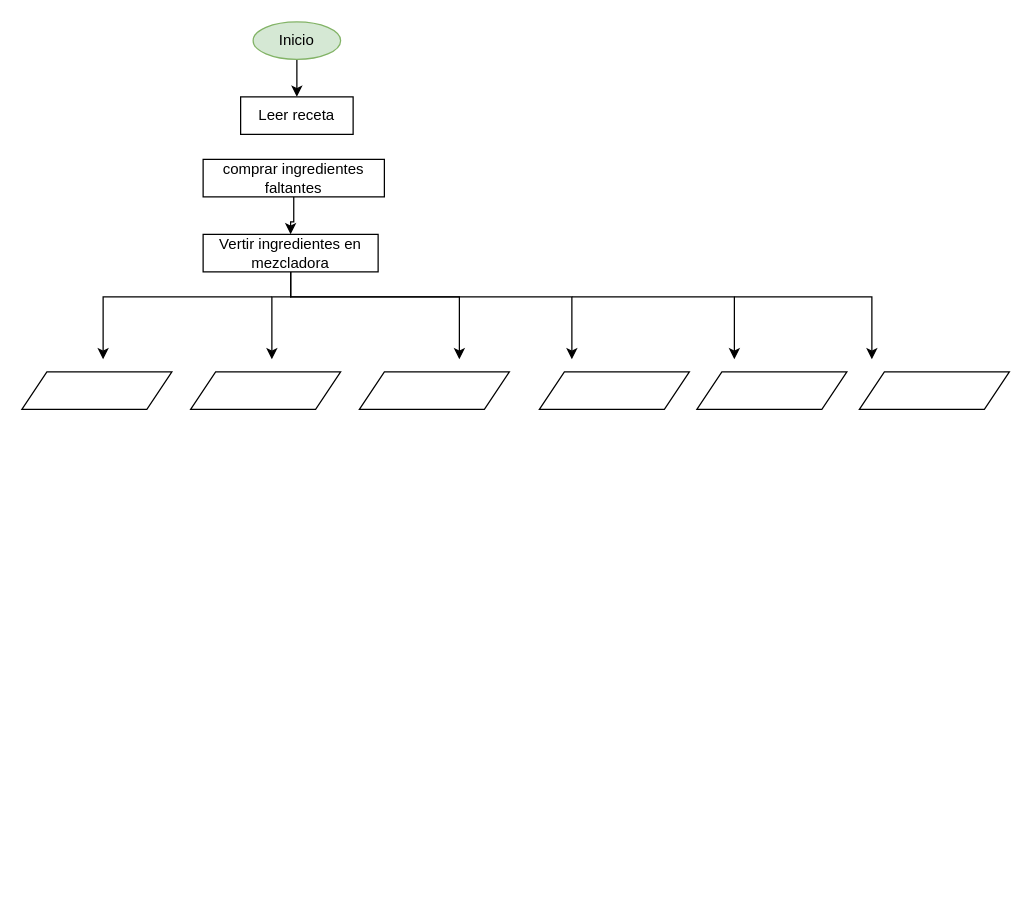
Before: diagrama de flujo 1.drawio in pyguren/diagramas-de-flujos, a draw.io diagram. Source tidied: cells renumbered, new cells numbered last; positions are measured from the earlier drawing's top-left corner, leaving out a move shared by most shapes. Both pictures are drawn from the tidied source at 125%, with x=0, y=0 at pixel (21, 21).
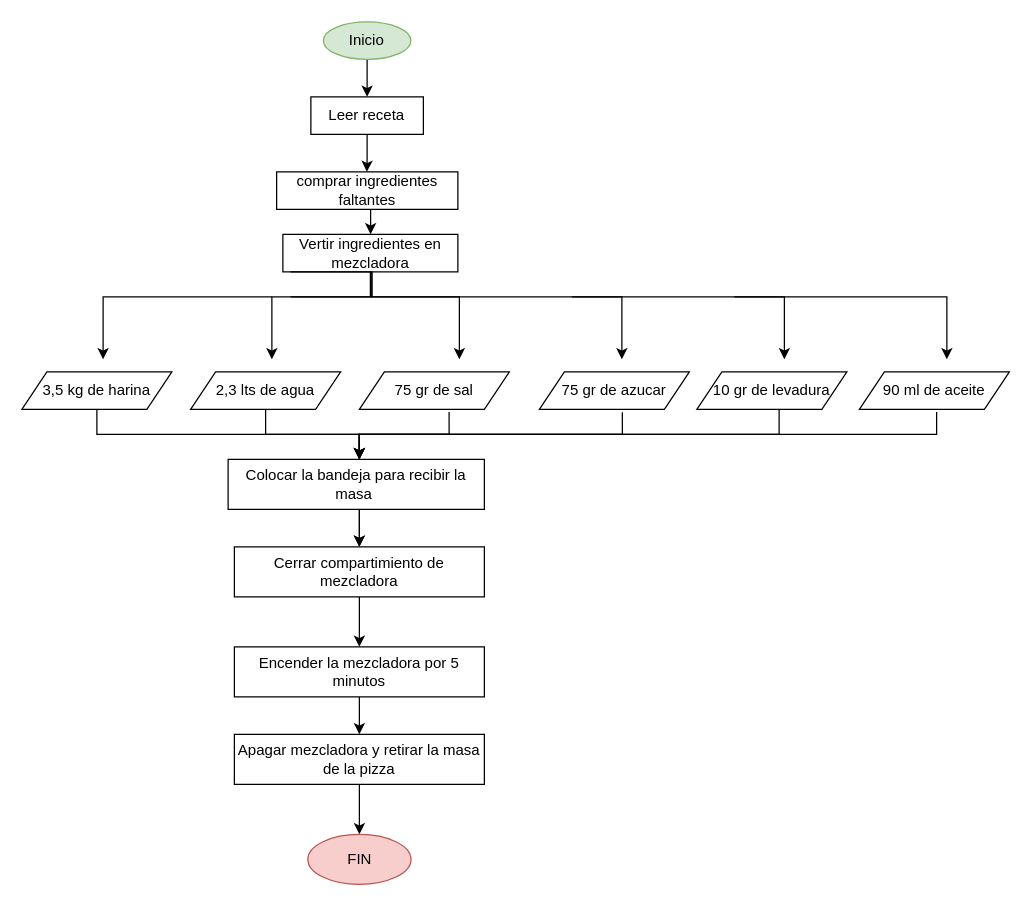
Above is the later version.

Commit message:
Diagrama de flujo masa de pizza

Diff of the diagram source:
```diff
@@
     <mxCell id="3" value="Inicio" style="ellipse;whiteSpace=wrap;html=1;fillColor=#d5e8d4;strokeColor=#82b366;" parent="1" vertex="1">
-      <mxGeometry x="185" width="70" height="30" as="geometry" />
+      <mxGeometry x="241.2" width="70" height="30" as="geometry" />
     </mxCell>
-    <mxCell id="4" style="shape=parallelogram;perimeter=parallelogramPerimeter;whiteSpace=wrap;html=1;fixedSize=1;" parent="1" vertex="1">
+    <mxCell id="4" value="3,5 kg de harina" style="shape=parallelogram;perimeter=parallelogramPerimeter;whiteSpace=wrap;html=1;fixedSize=1;" parent="1" vertex="1">
       <mxGeometry y="280" width="120" height="30" as="geometry" />
     </mxCell>
+    <mxCell id="20" style="edgeStyle=orthogonalEdgeStyle;rounded=0;jettySize=auto;html=1;" parent="1" edge="1" source="5">
+      <mxGeometry relative="1" as="geometry">
+        <mxPoint x="276" y="120" as="targetPoint" />
+      </mxGeometry>
+    </mxCell>
     <mxCell id="5" value="Leer receta" style="rounded=0;whiteSpace=wrap;html=1;" parent="1" vertex="1">
-      <mxGeometry x="175" y="60" width="90" height="30" as="geometry" />
+      <mxGeometry x="231.2" y="60" width="90" height="30" as="geometry" />
     </mxCell>
-    <mxCell id="6" style="edgeStyle=orthogonalEdgeStyle;rounded=0;jettySize=auto;html=1;" parent="1" edge="1" source="7" target="9">
-      <mxGeometry relative="1" as="geometry" />
-    </mxCell>
+    <mxCell id="21" style="edgeStyle=orthogonalEdgeStyle;rounded=0;jettySize=auto;html=1;" parent="1" edge="1" source="7">
+      <mxGeometry relative="1" as="geometry">
+        <mxPoint x="279" y="170" as="targetPoint" />
+        <Array as="points">
+          <mxPoint x="279" y="170" />
+        </Array>
+      </mxGeometry>
+    </mxCell>
     <mxCell id="7" value="comprar ingredientes faltantes" style="rounded=0;whiteSpace=wrap;html=1;" parent="1" vertex="1">
-      <mxGeometry x="145" y="110" width="145" height="30" as="geometry" />
+      <mxGeometry x="203.8" y="120" width="145" height="30" as="geometry" />
     </mxCell>
     <mxCell id="8" style="edgeStyle=orthogonalEdgeStyle;rounded=0;jettySize=auto;html=1;" parent="1" edge="1" source="9">
       <mxGeometry relative="1" as="geometry">
         <mxPoint x="200" y="270" as="targetPoint" />
         <Array as="points">
-          <mxPoint x="215" y="220" />
+          <mxPoint x="280" y="220" />
           <mxPoint x="200" y="220" />
         </Array>
       </mxGeometry>
     </mxCell>
     <mxCell id="9" value="Vertir ingredientes en mezcladora" style="rounded=0;whiteSpace=wrap;html=1;" parent="1" vertex="1">
-      <mxGeometry x="145" y="170" width="140" height="30" as="geometry" />
+      <mxGeometry x="208.8" y="170" width="140" height="30" as="geometry" />
     </mxCell>
     <mxCell id="10" style="edgeStyle=orthogonalEdgeStyle;rounded=0;orthogonalLoop=1;jettySize=auto;html=1;" parent="1" edge="1">
       <mxGeometry relative="1" as="geometry">
         <mxPoint x="215" y="200" as="sourcePoint" />
         <mxPoint x="350" y="270" as="targetPoint" />
         <Array as="points">
-          <mxPoint x="215" y="220" />
+          <mxPoint x="280" y="200" />
+          <mxPoint x="280" y="220" />
           <mxPoint x="350" y="220" />
         </Array>
       </mxGeometry>
     </mxCell>
@@
     <mxCell id="12" style="edgeStyle=orthogonalEdgeStyle;rounded=0;jettySize=auto;html=1;exitX=0.5;exitY=1;exitDx=0;exitDy=0;" parent="1" edge="1" source="9">
       <mxGeometry relative="1" as="geometry">
-        <mxPoint x="440" y="270" as="targetPoint" />
+        <mxPoint x="480" y="270" as="targetPoint" />
         <Array as="points">
           <mxPoint x="215" y="220" />
-          <mxPoint x="440" y="220" />
-          <mxPoint x="440" y="270" />
+          <mxPoint x="480" y="220" />
+          <mxPoint x="480" y="270" />
         </Array>
       </mxGeometry>
     </mxCell>
     <mxCell id="13" style="edgeStyle=orthogonalEdgeStyle;rounded=0;orthogonalLoop=1;jettySize=auto;html=1;" parent="1" edge="1">
       <mxGeometry relative="1" as="geometry">
         <mxPoint x="440" y="220" as="sourcePoint" />
-        <mxPoint x="570" y="270" as="targetPoint" />
+        <mxPoint x="610" y="270" as="targetPoint" />
         <Array as="points">
           <mxPoint x="460" y="220" />
           <mxPoint x="570" y="220" />
         </Array>
       </mxGeometry>
     </mxCell>
     <mxCell id="14" style="edgeStyle=orthogonalEdgeStyle;rounded=0;orthogonalLoop=1;jettySize=auto;html=1;" parent="1" edge="1">
       <mxGeometry relative="1" as="geometry">
         <mxPoint x="590" y="220" as="sourcePoint" />
-        <mxPoint x="680" y="270" as="targetPoint" />
+        <mxPoint x="740" y="270" as="targetPoint" />
         <Array as="points">
           <mxPoint x="570" y="220" />
           <mxPoint x="680" y="220" />
         </Array>
       </mxGeometry>
     </mxCell>
+    <mxCell id="22" style="edgeStyle=orthogonalEdgeStyle;rounded=0;jettySize=auto;html=1;" parent="1" edge="1" source="15" target="27">
+      <mxGeometry relative="1" as="geometry">
+        <Array as="points">
+          <mxPoint x="195" y="330" />
+          <mxPoint x="270" y="330" />
+        </Array>
+      </mxGeometry>
+    </mxCell>
-    <mxCell id="15" style="shape=parallelogram;perimeter=parallelogramPerimeter;whiteSpace=wrap;html=1;fixedSize=1;" parent="1" vertex="1">
+    <mxCell id="15" value="2,3 lts de agua" style="shape=parallelogram;perimeter=parallelogramPerimeter;whiteSpace=wrap;html=1;fixedSize=1;" parent="1" vertex="1">
       <mxGeometry x="135" y="280" width="120" height="30" as="geometry" />
     </mxCell>
+    <mxCell id="23" style="edgeStyle=orthogonalEdgeStyle;rounded=0;jettySize=auto;html=1;exitX=0.598;exitY=1.067;exitDx=0;exitDy=0;exitPerimeter=0;" parent="1" edge="1" source="16">
+      <mxGeometry relative="1" as="geometry">
+        <mxPoint x="270" y="350" as="targetPoint" />
+        <Array as="points">
+          <mxPoint x="342" y="330" />
+          <mxPoint x="270" y="330" />
+          <mxPoint x="270" y="348" />
+        </Array>
+      </mxGeometry>
+    </mxCell>
-    <mxCell id="16" style="shape=parallelogram;perimeter=parallelogramPerimeter;whiteSpace=wrap;html=1;fixedSize=1;" parent="1" vertex="1">
+    <mxCell id="16" value="75 gr de sal" style="shape=parallelogram;perimeter=parallelogramPerimeter;whiteSpace=wrap;html=1;fixedSize=1;" parent="1" vertex="1">
       <mxGeometry x="270" y="280" width="120" height="30" as="geometry" />
     </mxCell>
-    <mxCell id="17" style="shape=parallelogram;perimeter=parallelogramPerimeter;whiteSpace=wrap;html=1;fixedSize=1;" parent="1" vertex="1">
+    <mxCell id="17" value="75 gr de azucar" style="shape=parallelogram;perimeter=parallelogramPerimeter;whiteSpace=wrap;html=1;fixedSize=1;" parent="1" vertex="1">
       <mxGeometry x="414" y="280" width="120" height="30" as="geometry" />
     </mxCell>
-    <mxCell id="18" style="shape=parallelogram;perimeter=parallelogramPerimeter;whiteSpace=wrap;html=1;fixedSize=1;" parent="1" vertex="1">
+    <mxCell id="18" value="10 gr de levadura" style="shape=parallelogram;perimeter=parallelogramPerimeter;whiteSpace=wrap;html=1;fixedSize=1;" parent="1" vertex="1">
       <mxGeometry x="540" y="280" width="120" height="30" as="geometry" />
     </mxCell>
-    <mxCell id="19" style="shape=parallelogram;perimeter=parallelogramPerimeter;whiteSpace=wrap;html=1;fixedSize=1;" parent="1" vertex="1">
+    <mxCell id="19" value="90 ml de aceite" style="shape=parallelogram;perimeter=parallelogramPerimeter;whiteSpace=wrap;html=1;fixedSize=1;" parent="1" vertex="1">
       <mxGeometry x="670" y="280" width="120" height="30" as="geometry" />
     </mxCell>
+    <mxCell id="24" style="edgeStyle=orthogonalEdgeStyle;rounded=0;jettySize=auto;html=1;" parent="1" edge="1" source="25" target="27">
+      <mxGeometry relative="1" as="geometry">
+        <Array as="points">
+          <mxPoint x="270" y="400" />
+          <mxPoint x="270" y="400" />
+        </Array>
+      </mxGeometry>
+    </mxCell>
+    <mxCell id="25" value="Colocar la bandeja para recibir la masa&amp;nbsp;" style="rounded=0;whiteSpace=wrap;html=1;" parent="1" vertex="1">
+      <mxGeometry x="165" y="350" width="205" height="40" as="geometry" />
+    </mxCell>
+    <mxCell id="26" style="edgeStyle=orthogonalEdgeStyle;rounded=0;jettySize=auto;html=1;" parent="1" edge="1" source="27" target="34">
+      <mxGeometry relative="1" as="geometry" />
+    </mxCell>
+    <mxCell id="27" value="Cerrar compartimiento de mezcladora" style="rounded=0;whiteSpace=wrap;html=1;" parent="1" vertex="1">
+      <mxGeometry x="170" y="420" width="200" height="40" as="geometry" />
+    </mxCell>
+    <mxCell id="28" style="edgeStyle=orthogonalEdgeStyle;rounded=0;jettySize=auto;html=1;exitX=0.5;exitY=1;exitDx=0;exitDy=0;" parent="1" edge="1" source="4">
+      <mxGeometry relative="1" as="geometry">
+        <mxPoint x="270" y="350" as="targetPoint" />
+        <Array as="points">
+          <mxPoint x="60" y="330" />
+          <mxPoint x="270" y="330" />
+        </Array>
+      </mxGeometry>
+    </mxCell>
+    <mxCell id="29" style="edgeStyle=orthogonalEdgeStyle;rounded=0;jettySize=auto;html=1;exitX=0.553;exitY=1.079;exitDx=0;exitDy=0;exitPerimeter=0;" parent="1" edge="1" source="17">
+      <mxGeometry relative="1" as="geometry">
+        <mxPoint x="270" y="350" as="targetPoint" />
+        <Array as="points">
+          <mxPoint x="480" y="330" />
+          <mxPoint x="270" y="330" />
+        </Array>
+      </mxGeometry>
+    </mxCell>
+    <mxCell id="30" style="edgeStyle=orthogonalEdgeStyle;rounded=0;orthogonalLoop=1;jettySize=auto;html=1;exitX=0.598;exitY=1.067;exitDx=0;exitDy=0;exitPerimeter=0;" parent="1" edge="1">
+      <mxGeometry relative="1" as="geometry">
+        <mxPoint x="605.8" y="310" as="sourcePoint" />
+        <mxPoint x="270" y="350" as="targetPoint" />
+        <Array as="points">
+          <mxPoint x="606" y="330" />
+          <mxPoint x="270" y="330" />
+        </Array>
+      </mxGeometry>
+    </mxCell>
+    <mxCell id="31" style="edgeStyle=orthogonalEdgeStyle;rounded=0;orthogonalLoop=1;jettySize=auto;html=1;exitX=0.598;exitY=1.067;exitDx=0;exitDy=0;exitPerimeter=0;" parent="1" edge="1">
+      <mxGeometry relative="1" as="geometry">
+        <mxPoint x="731.8" y="312" as="sourcePoint" />
+        <mxPoint x="270" y="350" as="targetPoint" />
+        <Array as="points">
+          <mxPoint x="732" y="330" />
+          <mxPoint x="270" y="330" />
+        </Array>
+      </mxGeometry>
+    </mxCell>
+    <mxCell id="32" value="FIN" style="ellipse;whiteSpace=wrap;html=1;fillColor=#f8cecc;strokeColor=#b85450;" parent="1" vertex="1">
+      <mxGeometry x="228.8" y="650" width="82.5" height="40" as="geometry" />
+    </mxCell>
+    <mxCell id="33" style="edgeStyle=orthogonalEdgeStyle;rounded=0;jettySize=auto;html=1;" parent="1" edge="1" source="34" target="36">
+      <mxGeometry relative="1" as="geometry" />
+    </mxCell>
+    <mxCell id="34" value="Encender la mezcladora por 5 minutos" style="rounded=0;whiteSpace=wrap;html=1;" parent="1" vertex="1">
+      <mxGeometry x="170" y="500" width="200" height="40" as="geometry" />
+    </mxCell>
+    <mxCell id="35" style="edgeStyle=orthogonalEdgeStyle;rounded=0;jettySize=auto;html=1;" parent="1" edge="1" source="36" target="32">
+      <mxGeometry relative="1" as="geometry" />
+    </mxCell>
+    <mxCell id="36" value="Apagar mezcladora y retirar la masa de la pizza" style="rounded=0;whiteSpace=wrap;html=1;" parent="1" vertex="1">
+      <mxGeometry x="170" y="570" width="200" height="40" as="geometry" />
+    </mxCell>
```
